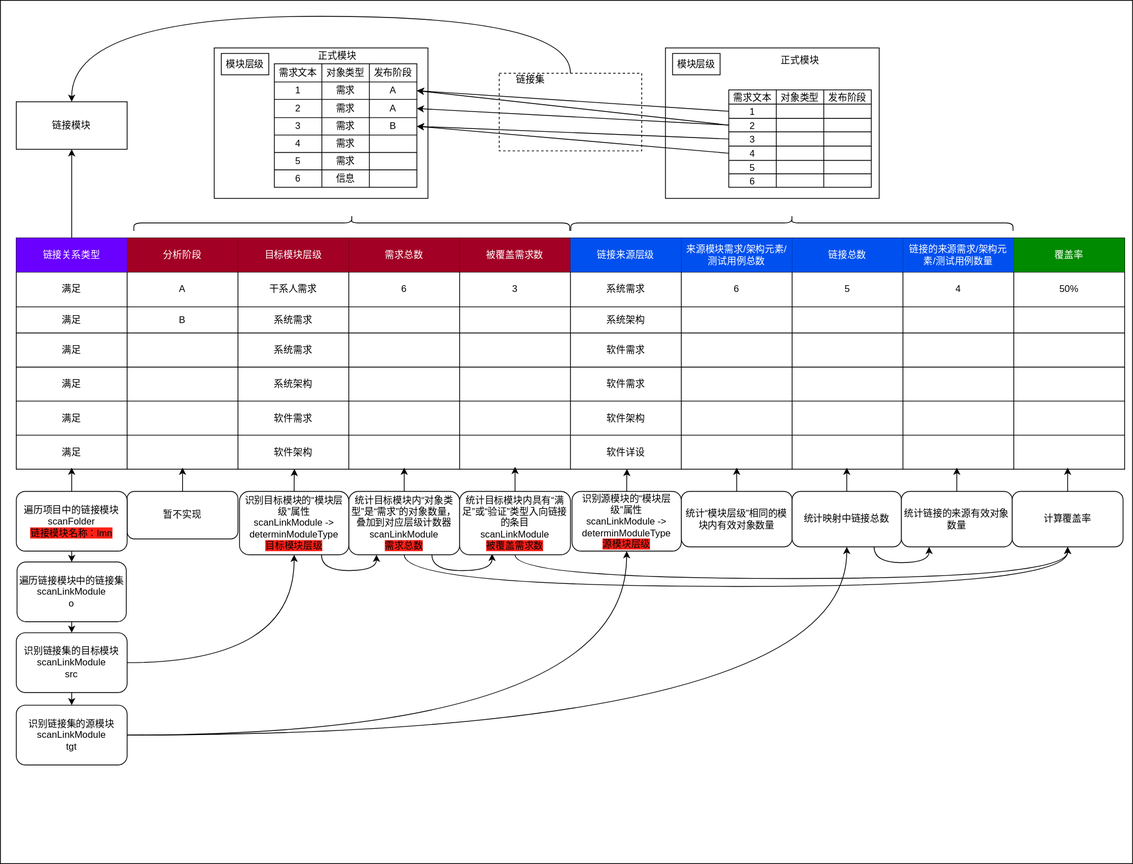
Above: 概念设计图.drawio.svg in Zeyue/DXL-Coverage (draw.io), before the change. Source tidied: cells renumbered, new cells last; positions are measured from the earlier drawing's top-left corner, leaving out a move shared by most shapes.
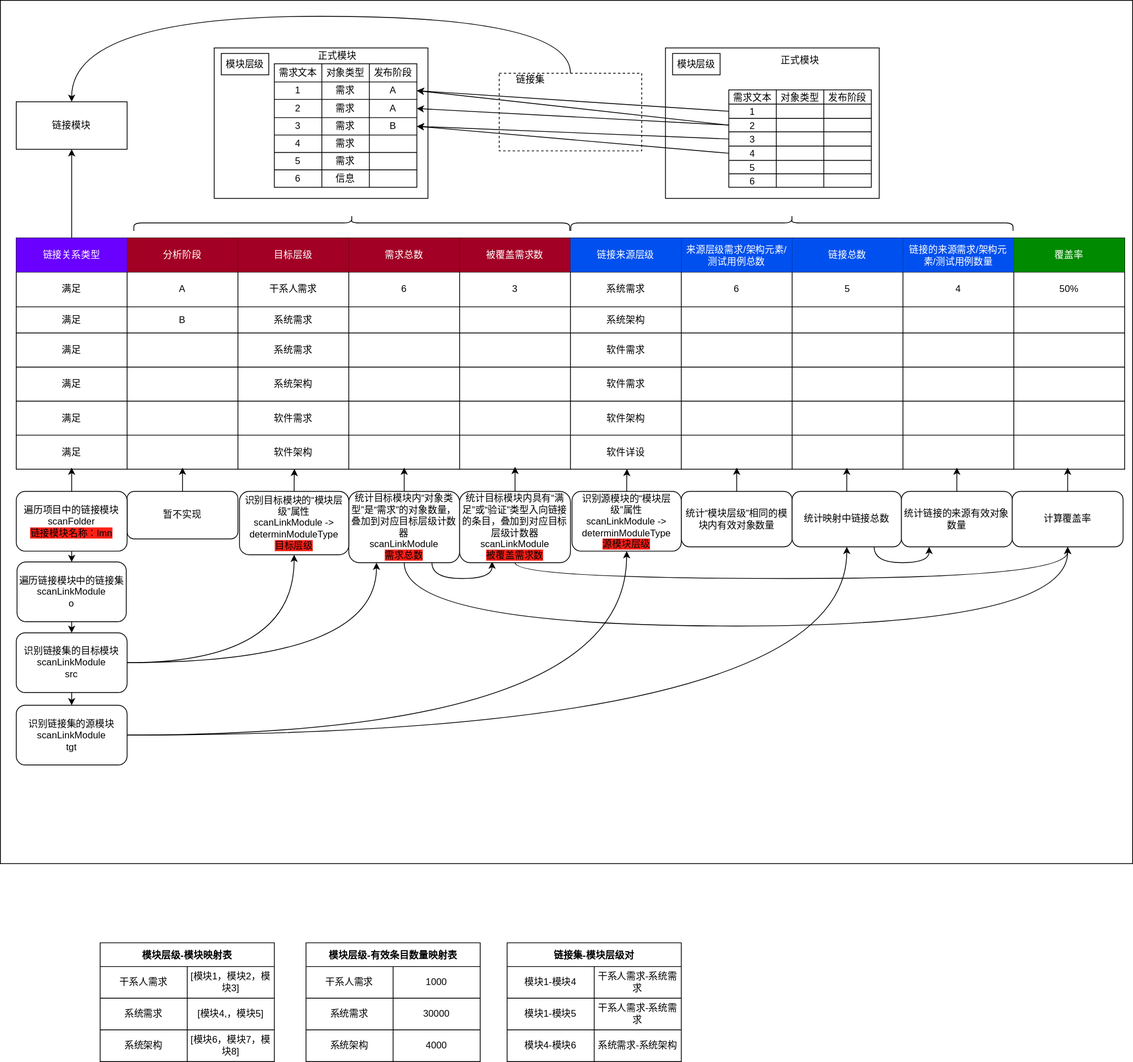
The same file after the commit.

Commit message:
可运行，但是计数不正确版本

What changed in the source:
```diff
@@ -20,7 +20,7 @@
     <mxCell id="7" value="分析阶段" style="shape=partialRectangle;html=1;whiteSpace=wrap;top=0;left=0;bottom=0;right=0;overflow=hidden;fillColor=#a20025;strokeColor=#6F0000;fontColor=#ffffff;" parent="5" vertex="1">
       <mxGeometry x="140" width="140" height="43" as="geometry" />
     </mxCell>
-    <mxCell id="8" value="目标模块层级" style="shape=partialRectangle;html=1;whiteSpace=wrap;fillColor=#a20025;top=0;left=0;bottom=0;right=0;overflow=hidden;strokeColor=#6F0000;fontColor=#ffffff;" parent="5" vertex="1">
+    <mxCell id="8" value="目标层级" style="shape=partialRectangle;html=1;whiteSpace=wrap;fillColor=#a20025;top=0;left=0;bottom=0;right=0;overflow=hidden;strokeColor=#6F0000;fontColor=#ffffff;" parent="5" vertex="1">
       <mxGeometry x="280" width="140" height="43" as="geometry" />
     </mxCell>
     <mxCell id="9" value="需求总数" style="shape=partialRectangle;html=1;whiteSpace=wrap;fillColor=#a20025;top=0;left=0;bottom=0;right=0;overflow=hidden;strokeColor=#6F0000;fontColor=#ffffff;" parent="5" vertex="1">
@@ -32,7 +32,7 @@
     <mxCell id="11" value="&lt;span&gt;链接来源层级&lt;/span&gt;" style="shape=partialRectangle;html=1;whiteSpace=wrap;fillColor=#0050ef;top=0;left=0;bottom=0;right=0;overflow=hidden;strokeColor=#001DBC;fontColor=#ffffff;" parent="5" vertex="1">
       <mxGeometry x="700" width="140" height="43" as="geometry" />
     </mxCell>
-    <mxCell id="12" value="来源模块需求/架构元素/测试用例总数" style="shape=partialRectangle;html=1;whiteSpace=wrap;fillColor=#0050ef;top=0;left=0;bottom=0;right=0;overflow=hidden;strokeColor=#001DBC;fontColor=#ffffff;" parent="5" vertex="1">
+    <mxCell id="12" value="来源层级需求/架构元素/测试用例总数" style="shape=partialRectangle;html=1;whiteSpace=wrap;fillColor=#0050ef;top=0;left=0;bottom=0;right=0;overflow=hidden;strokeColor=#001DBC;fontColor=#ffffff;" parent="5" vertex="1">
       <mxGeometry x="840" width="140" height="43" as="geometry" />
     </mxCell>
     <mxCell id="13" value="链接总数" style="shape=partialRectangle;html=1;whiteSpace=wrap;fillColor=#0050ef;top=0;left=0;bottom=0;right=0;overflow=hidden;strokeColor=#001DBC;fontColor=#ffffff;" parent="5" vertex="1">
@@ -475,21 +475,21 @@
     <mxCell id="155" style="edgeStyle=orthogonalEdgeStyle;curved=1;html=1;exitX=0.5;exitY=1;exitDx=0;exitDy=0;entryX=0.5;entryY=1;entryDx=0;entryDy=0;" parent="1" edge="1" source="157" target="172">
       <mxGeometry relative="1" as="geometry">
         <Array as="points">
-          <mxPoint x="510" y="740" />
-          <mxPoint x="1348" y="740" />
+          <mxPoint x="510" y="790" />
+          <mxPoint x="1348" y="790" />
         </Array>
       </mxGeometry>
     </mxCell>
     <mxCell id="156" style="edgeStyle=orthogonalEdgeStyle;curved=1;html=1;exitX=0.75;exitY=1;exitDx=0;exitDy=0;entryX=0.293;entryY=0.985;entryDx=0;entryDy=0;entryPerimeter=0;" parent="1" edge="1" source="157" target="160">
       <mxGeometry relative="1" as="geometry">
         <Array as="points">
-          <mxPoint x="545" y="720" />
-          <mxPoint x="621" y="720" />
+          <mxPoint x="545" y="730" />
+          <mxPoint x="621" y="730" />
         </Array>
       </mxGeometry>
     </mxCell>
-    <mxCell id="157" value="统计目标模块内“对象类型”是“需求”的对象数量，叠加到对应层级计数器&lt;br&gt;scanLinkModule&lt;br&gt;&lt;span style=&quot;background-color: rgb(255 , 31 , 23)&quot;&gt;需求总数&lt;/span&gt;" style="shape=rect;html=1;rounded=1;whiteSpace=wrap;align=center;" parent="1" vertex="1">
-      <mxGeometry x="440" y="620" width="140" height="80" as="geometry" />
+    <mxCell id="157" value="统计目标模块内“对象类型”是“需求”的对象数量，叠加到对应目标层级计数器&lt;br&gt;scanLinkModule&lt;br&gt;&lt;span style=&quot;background-color: rgb(255 , 31 , 23)&quot;&gt;需求总数&lt;/span&gt;" style="shape=rect;html=1;rounded=1;whiteSpace=wrap;align=center;" parent="1" vertex="1">
+      <mxGeometry x="440" y="620" width="140" height="90" as="geometry" />
     </mxCell>
     <mxCell id="158" style="edgeStyle=none;html=1;exitX=0.5;exitY=0;exitDx=0;exitDy=0;entryX=0.45;entryY=0.93;entryDx=0;entryDy=0;entryPerimeter=0;" parent="1" edge="1" source="160" target="71">
       <mxGeometry relative="1" as="geometry" />
@@ -502,8 +502,8 @@
         </Array>
       </mxGeometry>
     </mxCell>
-    <mxCell id="160" value="统计目标模块内具有“满足”或“验证”类型入向链接的条目&lt;br&gt;scanLinkModule&lt;br&gt;&lt;span style=&quot;background-color: rgb(255 , 31 , 23)&quot;&gt;被覆盖需求数&lt;/span&gt;" style="shape=rect;html=1;rounded=1;whiteSpace=wrap;align=center;" parent="1" vertex="1">
-      <mxGeometry x="580" y="620" width="140" height="80" as="geometry" />
+    <mxCell id="160" value="统计目标模块内具有“满足”或“验证”类型入向链接的条目，叠加到对应目标层级计数器&lt;br&gt;scanLinkModule&lt;br&gt;&lt;span style=&quot;background-color: rgb(255 , 31 , 23)&quot;&gt;被覆盖需求数&lt;/span&gt;" style="shape=rect;html=1;rounded=1;whiteSpace=wrap;align=center;" parent="1" vertex="1">
+      <mxGeometry x="580" y="620" width="140" height="90" as="geometry" />
     </mxCell>
     <mxCell id="161" value="模块层级" style="rounded=0;whiteSpace=wrap;html=1;fillColor=none;" parent="1" vertex="1">
       <mxGeometry x="279" y="67" width="60" height="27" as="geometry" />
@@ -590,21 +590,16 @@
     <mxCell id="184" style="edgeStyle=orthogonalEdgeStyle;curved=1;html=1;exitX=1;exitY=0.5;exitDx=0;exitDy=0;" parent="1" edge="1" source="185" target="188">
       <mxGeometry relative="1" as="geometry" />
     </mxCell>
+    <mxCell id="191" style="edgeStyle=orthogonalEdgeStyle;curved=1;html=1;exitX=1;exitY=0.5;exitDx=0;exitDy=0;entryX=0.25;entryY=1;entryDx=0;entryDy=0;" parent="1" edge="1" source="185" target="157">
+      <mxGeometry relative="1" as="geometry" />
+    </mxCell>
     <mxCell id="185" value="识别链接集的目标模块&lt;br&gt;scanLinkModule&lt;br&gt;src" style="shape=rect;html=1;rounded=1;whiteSpace=wrap;align=center;" parent="1" vertex="1">
       <mxGeometry x="20" y="798.5" width="140" height="75.4" as="geometry" />
     </mxCell>
     <mxCell id="186" style="edgeStyle=orthogonalEdgeStyle;curved=1;html=1;exitX=0.5;exitY=0;exitDx=0;exitDy=0;entryX=0.251;entryY=0.991;entryDx=0;entryDy=0;entryPerimeter=0;" parent="1" edge="1" source="188" target="71">
       <mxGeometry relative="1" as="geometry" />
     </mxCell>
-    <mxCell id="187" style="edgeStyle=orthogonalEdgeStyle;curved=1;html=1;exitX=0.75;exitY=1;exitDx=0;exitDy=0;entryX=0.25;entryY=1;entryDx=0;entryDy=0;" parent="1" edge="1" source="188" target="157">
-      <mxGeometry relative="1" as="geometry">
-        <Array as="points">
-          <mxPoint x="406" y="720" />
-          <mxPoint x="475" y="720" />
-        </Array>
-      </mxGeometry>
-    </mxCell>
-    <mxCell id="188" value="识别目标模块的“模块层级”属性&lt;br&gt;scanLinkModule -&amp;gt; determinModuleType&lt;br&gt;&lt;span style=&quot;background-color: rgb(255 , 31 , 23)&quot;&gt;目标模块层级&lt;/span&gt;" style="shape=rect;html=1;rounded=1;whiteSpace=wrap;align=center;" parent="1" vertex="1">
+    <mxCell id="188" value="识别目标模块的“模块层级”属性&lt;br&gt;scanLinkModule -&amp;gt; determinModuleType&lt;br&gt;&lt;span style=&quot;background-color: rgb(255 , 31 , 23)&quot;&gt;目标层级&lt;/span&gt;" style="shape=rect;html=1;rounded=1;whiteSpace=wrap;align=center;" parent="1" vertex="1">
       <mxGeometry x="302" y="620" width="138" height="80" as="geometry" />
     </mxCell>
     <mxCell id="189" style="edgeStyle=orthogonalEdgeStyle;curved=1;html=1;exitX=0.5;exitY=0;exitDx=0;exitDy=0;entryX=0.551;entryY=0.991;entryDx=0;entryDy=0;entryPerimeter=0;" parent="1" edge="1" source="190" target="71">
@@ -613,5 +608,95 @@
     <mxCell id="190" value="识别源模块的“模块层级”属性&lt;br&gt;scanLinkModule -&amp;gt; determinModuleType&lt;br&gt;&lt;span style=&quot;background-color: rgb(255 , 31 , 23)&quot;&gt;源模块层级&lt;/span&gt;" style="shape=rect;html=1;rounded=1;whiteSpace=wrap;align=center;" parent="1" vertex="1">
       <mxGeometry x="722" y="620" width="138" height="75.4" as="geometry" />
     </mxCell>
+    <mxCell id="192" value="模块层级-模块映射表" style="shape=table;startSize=30;fontStyle=1;align=center;" parent="1" vertex="1">
+      <mxGeometry x="126" y="1190" width="220" height="150" as="geometry" />
+    </mxCell>
+    <mxCell id="193" style="shape=partialRectangle;html=1;whiteSpace=wrap;fillColor=none;top=0;left=0;bottom=0;right=0;" parent="192" vertex="1">
+      <mxGeometry y="30" width="220" height="40" as="geometry" />
+    </mxCell>
+    <mxCell id="194" value="干系人需求" style="shape=partialRectangle;html=1;whiteSpace=wrap;fillColor=none;top=0;left=0;bottom=0;right=0;overflow=hidden;" parent="193" vertex="1">
+      <mxGeometry width="110" height="40" as="geometry" />
+    </mxCell>
+    <mxCell id="195" value="[模块1，模块2，模块3]" style="shape=partialRectangle;html=1;whiteSpace=wrap;fillColor=none;top=0;left=0;bottom=0;right=0;overflow=hidden;" parent="193" vertex="1">
+      <mxGeometry x="110" width="110" height="40" as="geometry" />
+    </mxCell>
+    <mxCell id="196" style="shape=partialRectangle;html=1;whiteSpace=wrap;fillColor=none;top=0;left=0;bottom=0;right=0;" parent="192" vertex="1">
+      <mxGeometry y="70" width="220" height="40" as="geometry" />
+    </mxCell>
+    <mxCell id="197" value="系统需求" style="shape=partialRectangle;html=1;whiteSpace=wrap;fillColor=none;top=0;left=0;bottom=0;right=0;overflow=hidden;" parent="196" vertex="1">
+      <mxGeometry width="110" height="40" as="geometry" />
+    </mxCell>
+    <mxCell id="198" value="[模块4,，模块5]" style="shape=partialRectangle;html=1;whiteSpace=wrap;fillColor=none;top=0;left=0;bottom=0;right=0;overflow=hidden;" parent="196" vertex="1">
+      <mxGeometry x="110" width="110" height="40" as="geometry" />
+    </mxCell>
+    <mxCell id="199" style="shape=partialRectangle;html=1;whiteSpace=wrap;fillColor=none;top=0;left=0;bottom=0;right=0;" parent="192" vertex="1">
+      <mxGeometry y="110" width="220" height="40" as="geometry" />
+    </mxCell>
+    <mxCell id="200" value="系统架构" style="shape=partialRectangle;html=1;whiteSpace=wrap;fillColor=none;top=0;left=0;bottom=0;right=0;overflow=hidden;" parent="199" vertex="1">
+      <mxGeometry width="110" height="40" as="geometry" />
+    </mxCell>
+    <mxCell id="201" value="[模块6，模块7，模块8]" style="shape=partialRectangle;html=1;whiteSpace=wrap;fillColor=none;top=0;left=0;bottom=0;right=0;overflow=hidden;" parent="199" vertex="1">
+      <mxGeometry x="110" width="110" height="40" as="geometry" />
+    </mxCell>
+    <mxCell id="202" value="模块层级-有效条目数量映射表" style="shape=table;startSize=30;fontStyle=1;align=center;" parent="1" vertex="1">
+      <mxGeometry x="386" y="1190" width="220" height="150" as="geometry" />
+    </mxCell>
+    <mxCell id="203" style="shape=partialRectangle;html=1;whiteSpace=wrap;fillColor=none;top=0;left=0;bottom=0;right=0;" parent="202" vertex="1">
+      <mxGeometry y="30" width="220" height="40" as="geometry" />
+    </mxCell>
+    <mxCell id="204" value="干系人需求" style="shape=partialRectangle;html=1;whiteSpace=wrap;fillColor=none;top=0;left=0;bottom=0;right=0;overflow=hidden;" parent="203" vertex="1">
+      <mxGeometry width="110" height="40" as="geometry" />
+    </mxCell>
+    <mxCell id="205" value="1000" style="shape=partialRectangle;html=1;whiteSpace=wrap;fillColor=none;top=0;left=0;bottom=0;right=0;overflow=hidden;" parent="203" vertex="1">
+      <mxGeometry x="110" width="110" height="40" as="geometry" />
+    </mxCell>
+    <mxCell id="206" style="shape=partialRectangle;html=1;whiteSpace=wrap;fillColor=none;top=0;left=0;bottom=0;right=0;" parent="202" vertex="1">
+      <mxGeometry y="70" width="220" height="40" as="geometry" />
+    </mxCell>
+    <mxCell id="207" value="系统需求" style="shape=partialRectangle;html=1;whiteSpace=wrap;fillColor=none;top=0;left=0;bottom=0;right=0;overflow=hidden;" parent="206" vertex="1">
+      <mxGeometry width="110" height="40" as="geometry" />
+    </mxCell>
+    <mxCell id="208" value="30000" style="shape=partialRectangle;html=1;whiteSpace=wrap;fillColor=none;top=0;left=0;bottom=0;right=0;overflow=hidden;" parent="206" vertex="1">
+      <mxGeometry x="110" width="110" height="40" as="geometry" />
+    </mxCell>
+    <mxCell id="209" style="shape=partialRectangle;html=1;whiteSpace=wrap;fillColor=none;top=0;left=0;bottom=0;right=0;" parent="202" vertex="1">
+      <mxGeometry y="110" width="220" height="40" as="geometry" />
+    </mxCell>
+    <mxCell id="210" value="系统架构" style="shape=partialRectangle;html=1;whiteSpace=wrap;fillColor=none;top=0;left=0;bottom=0;right=0;overflow=hidden;" parent="209" vertex="1">
+      <mxGeometry width="110" height="40" as="geometry" />
+    </mxCell>
+    <mxCell id="211" value="4000" style="shape=partialRectangle;html=1;whiteSpace=wrap;fillColor=none;top=0;left=0;bottom=0;right=0;overflow=hidden;" parent="209" vertex="1">
+      <mxGeometry x="110" width="110" height="40" as="geometry" />
+    </mxCell>
+    <mxCell id="212" value="链接集-模块层级对" style="shape=table;startSize=30;fontStyle=1;align=center;" parent="1" vertex="1">
+      <mxGeometry x="640" y="1190" width="220" height="150" as="geometry" />
+    </mxCell>
+    <mxCell id="213" style="shape=partialRectangle;html=1;whiteSpace=wrap;fillColor=none;top=0;left=0;bottom=0;right=0;" parent="212" vertex="1">
+      <mxGeometry y="30" width="220" height="40" as="geometry" />
+    </mxCell>
+    <mxCell id="214" value="模块1-模块4" style="shape=partialRectangle;html=1;whiteSpace=wrap;fillColor=none;top=0;left=0;bottom=0;right=0;overflow=hidden;" parent="213" vertex="1">
+      <mxGeometry width="110" height="40" as="geometry" />
+    </mxCell>
+    <mxCell id="215" value="干系人需求-系统需求" style="shape=partialRectangle;html=1;whiteSpace=wrap;fillColor=none;top=0;left=0;bottom=0;right=0;overflow=hidden;" parent="213" vertex="1">
+      <mxGeometry x="110" width="110" height="40" as="geometry" />
+    </mxCell>
+    <mxCell id="216" style="shape=partialRectangle;html=1;whiteSpace=wrap;fillColor=none;top=0;left=0;bottom=0;right=0;" parent="212" vertex="1">
+      <mxGeometry y="70" width="220" height="40" as="geometry" />
+    </mxCell>
+    <mxCell id="217" value="模块1-模块5" style="shape=partialRectangle;html=1;whiteSpace=wrap;fillColor=none;top=0;left=0;bottom=0;right=0;overflow=hidden;" parent="216" vertex="1">
+      <mxGeometry width="110" height="40" as="geometry" />
+    </mxCell>
+    <mxCell id="218" value="干系人需求-系统需求" style="shape=partialRectangle;html=1;whiteSpace=wrap;fillColor=none;top=0;left=0;bottom=0;right=0;overflow=hidden;" parent="216" vertex="1">
+      <mxGeometry x="110" width="110" height="40" as="geometry" />
+    </mxCell>
+    <mxCell id="219" style="shape=partialRectangle;html=1;whiteSpace=wrap;fillColor=none;top=0;left=0;bottom=0;right=0;" parent="212" vertex="1">
+      <mxGeometry y="110" width="220" height="40" as="geometry" />
+    </mxCell>
+    <mxCell id="220" value="模块4-模块6" style="shape=partialRectangle;html=1;whiteSpace=wrap;fillColor=none;top=0;left=0;bottom=0;right=0;overflow=hidden;" parent="219" vertex="1">
+      <mxGeometry width="110" height="40" as="geometry" />
+    </mxCell>
+    <mxCell id="221" value="系统需求-系统架构" style="shape=partialRectangle;html=1;whiteSpace=wrap;fillColor=none;top=0;left=0;bottom=0;right=0;overflow=hidden;" parent="219" vertex="1">
+      <mxGeometry x="110" width="110" height="40" as="geometry" />
+    </mxCell>
   </root>
 </mxGraphModel>
```
